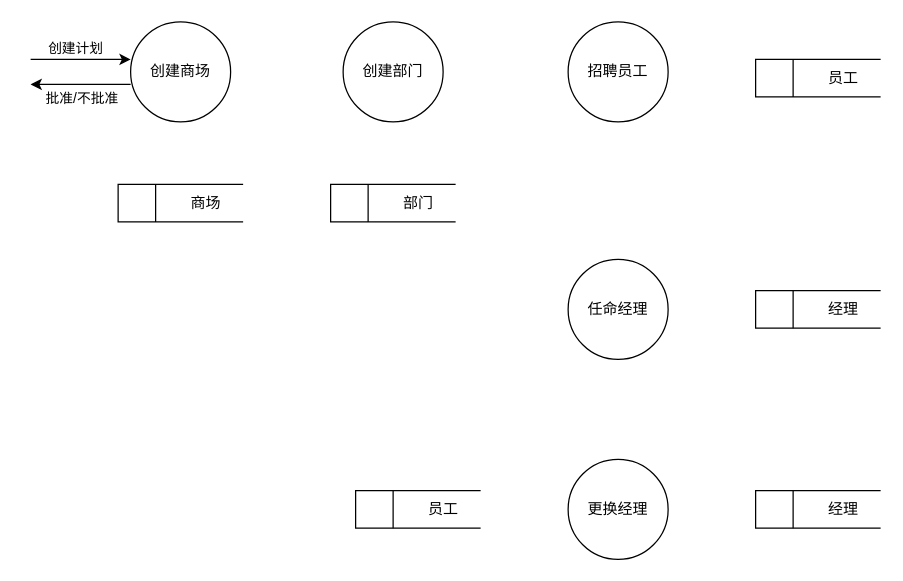
Above: shopping_data_flow.drawio in ArronVague/Database-Systems-Laboratory (draw.io), before the change. Source tidied: cells renumbered, new cells numbered last; positions are measured from the earlier drawing's top-left corner, leaving out a move shared by most shapes. Both pictures are drawn from the tidied source at 125%, with x=0, y=0 at pixel (30, 21).
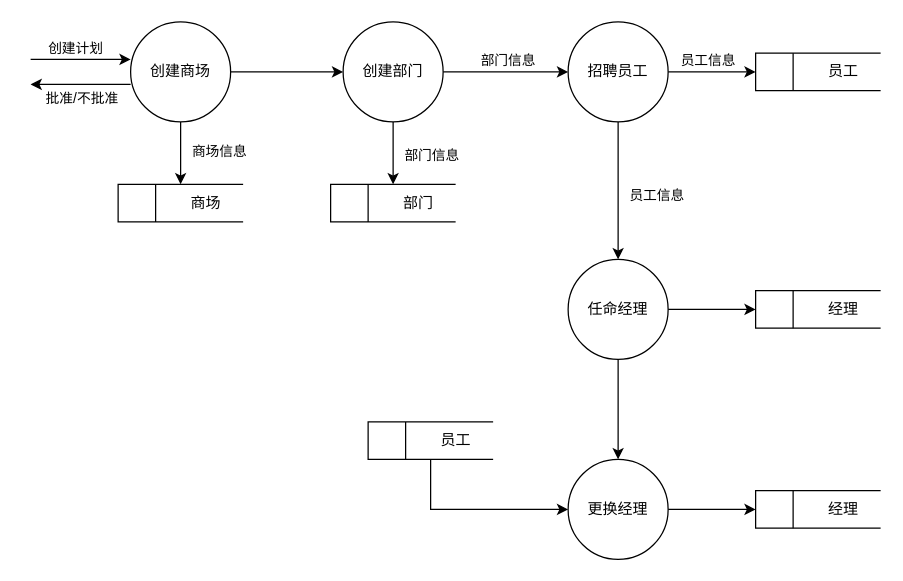
The same diagram, later.

The change refers to these unchanged cells:
```xml
<mxCell id="2" value="创建商场" style="ellipse;whiteSpace=wrap;html=1;" parent="1" vertex="1">
  <mxGeometry x="80" width="80" height="80" as="geometry" />
</mxCell>
<mxCell id="3" value="创建部门" style="ellipse;whiteSpace=wrap;html=1;" parent="1" vertex="1">
  <mxGeometry x="250" width="80" height="80" as="geometry" />
</mxCell>
<mxCell id="4" value="招聘员工" style="ellipse;whiteSpace=wrap;html=1;" parent="1" vertex="1">
  <mxGeometry x="430" width="80" height="80" as="geometry" />
</mxCell>
<mxCell id="5" value="任命经理" style="ellipse;whiteSpace=wrap;html=1;" parent="1" vertex="1">
  <mxGeometry x="430" y="190" width="80" height="80" as="geometry" />
</mxCell>
<mxCell id="6" value="更换经理" style="ellipse;whiteSpace=wrap;html=1;" parent="1" vertex="1">
  <mxGeometry x="430" y="350" width="80" height="80" as="geometry" />
</mxCell>
<mxCell id="7" value="&lt;span style=&quot;white-space: pre;&quot;&gt;&#9;&lt;/span&gt;&lt;span style=&quot;white-space: pre;&quot;&gt;&#9;&lt;/span&gt;商场" style="html=1;dashed=0;whiteSpace=wrap;shape=mxgraph.dfd.dataStoreID;align=left;spacingLeft=3;points=[[0,0],[0.5,0],[1,0],[0,0.5],[1,0.5],[0,1],[0.5,1],[1,1]];" parent="1" vertex="1">
  <mxGeometry x="70" y="130" width="100" height="30" as="geometry" />
</mxCell>
<mxCell id="8" value="&lt;span style=&quot;white-space: pre;&quot;&gt;&#9;&lt;/span&gt;&lt;span style=&quot;white-space: pre;&quot;&gt;&#9;&lt;/span&gt;部门" style="html=1;dashed=0;whiteSpace=wrap;shape=mxgraph.dfd.dataStoreID;align=left;spacingLeft=3;points=[[0,0],[0.5,0],[1,0],[0,0.5],[1,0.5],[0,1],[0.5,1],[1,1]];" parent="1" vertex="1">
  <mxGeometry x="240" y="130" width="100" height="30" as="geometry" />
</mxCell>
<mxCell id="10" value="&lt;span style=&quot;white-space: pre;&quot;&gt;&#9;&lt;/span&gt;&lt;span style=&quot;white-space: pre;&quot;&gt;&#9;&lt;/span&gt;经理" style="html=1;dashed=0;whiteSpace=wrap;shape=mxgraph.dfd.dataStoreID;align=left;spacingLeft=3;points=[[0,0],[0.5,0],[1,0],[0,0.5],[1,0.5],[0,1],[0.5,1],[1,1]];" parent="1" vertex="1">
  <mxGeometry x="580" y="215" width="100" height="30" as="geometry" />
</mxCell>
<mxCell id="11" value="&lt;span style=&quot;white-space: pre;&quot;&gt;&#9;&lt;/span&gt;&lt;span style=&quot;white-space: pre;&quot;&gt;&#9;&lt;/span&gt;经理" style="html=1;dashed=0;whiteSpace=wrap;shape=mxgraph.dfd.dataStoreID;align=left;spacingLeft=3;points=[[0,0],[0.5,0],[1,0],[0,0.5],[1,0.5],[0,1],[0.5,1],[1,1]];" parent="1" vertex="1">
  <mxGeometry x="580" y="375" width="100" height="30" as="geometry" />
</mxCell>
```

Diff of the diagram source:
```diff
@@
+    <mxCell id="17" style="edgeStyle=orthogonalEdgeStyle;rounded=0;jettySize=auto;html=1;exitX=1;exitY=0.5;exitDx=0;exitDy=0;entryX=0;entryY=0.5;entryDx=0;entryDy=0;" parent="1" edge="1" source="2" target="3">
+      <mxGeometry relative="1" as="geometry" />
+    </mxCell>
+    <mxCell id="18" style="edgeStyle=orthogonalEdgeStyle;rounded=0;jettySize=auto;html=1;exitX=0.5;exitY=1;exitDx=0;exitDy=0;entryX=0.5;entryY=0;entryDx=0;entryDy=0;" parent="1" edge="1" source="2" target="7">
+      <mxGeometry relative="1" as="geometry" />
+    </mxCell>
+    <mxCell id="19" value="商场信息" style="edgeLabel;html=1;align=center;verticalAlign=middle;" parent="18" vertex="1">
+      <mxGeometry x="-0.08" y="-2" relative="1" as="geometry">
+        <mxPoint x="32" as="offset" />
+      </mxGeometry>
+    </mxCell>
@@
+    <mxCell id="20" style="edgeStyle=orthogonalEdgeStyle;rounded=0;jettySize=auto;html=1;exitX=0.5;exitY=1;exitDx=0;exitDy=0;entryX=0.5;entryY=0;entryDx=0;entryDy=0;" parent="1" edge="1" source="3" target="8">
+      <mxGeometry relative="1" as="geometry" />
+    </mxCell>
+    <mxCell id="21" value="部门信息" style="edgeLabel;html=1;align=center;verticalAlign=middle;" parent="20" vertex="1">
+      <mxGeometry x="0.05" y="-2" relative="1" as="geometry">
+        <mxPoint x="32" as="offset" />
+      </mxGeometry>
+    </mxCell>
+    <mxCell id="22" style="edgeStyle=orthogonalEdgeStyle;rounded=0;jettySize=auto;html=1;exitX=1;exitY=0.5;exitDx=0;exitDy=0;entryX=0;entryY=0.5;entryDx=0;entryDy=0;" parent="1" edge="1" source="3" target="4">
+      <mxGeometry relative="1" as="geometry" />
+    </mxCell>
+    <mxCell id="23" value="部门信息" style="edgeLabel;html=1;align=center;verticalAlign=middle;" parent="22" vertex="1">
+      <mxGeometry x="0.02" y="-1" relative="1" as="geometry">
+        <mxPoint y="-11" as="offset" />
+      </mxGeometry>
+    </mxCell>
@@
+    <mxCell id="24" style="edgeStyle=orthogonalEdgeStyle;rounded=0;jettySize=auto;html=1;exitX=1;exitY=0.5;exitDx=0;exitDy=0;entryX=0;entryY=0.5;entryDx=0;entryDy=0;" parent="1" edge="1" source="4" target="9">
+      <mxGeometry relative="1" as="geometry" />
+    </mxCell>
+    <mxCell id="25" value="员工信息" style="edgeLabel;html=1;align=center;verticalAlign=middle;" parent="24" vertex="1">
+      <mxGeometry x="-0.35" y="-1" relative="1" as="geometry">
+        <mxPoint x="8" y="-11" as="offset" />
+      </mxGeometry>
+    </mxCell>
+    <mxCell id="26" style="edgeStyle=orthogonalEdgeStyle;rounded=0;jettySize=auto;html=1;exitX=0.5;exitY=1;exitDx=0;exitDy=0;" parent="1" edge="1" source="4" target="5">
+      <mxGeometry relative="1" as="geometry" />
+    </mxCell>
+    <mxCell id="27" value="员工信息" style="edgeLabel;html=1;align=center;verticalAlign=middle;" parent="26" vertex="1">
+      <mxGeometry x="0.05" y="-2" relative="1" as="geometry">
+        <mxPoint x="32" as="offset" />
+      </mxGeometry>
+    </mxCell>
@@
+    <mxCell id="28" style="edgeStyle=orthogonalEdgeStyle;rounded=0;jettySize=auto;html=1;exitX=1;exitY=0.5;exitDx=0;exitDy=0;entryX=0;entryY=0.5;entryDx=0;entryDy=0;" parent="1" edge="1" source="5" target="10">
+      <mxGeometry relative="1" as="geometry" />
+    </mxCell>
+    <mxCell id="29" style="edgeStyle=orthogonalEdgeStyle;rounded=0;jettySize=auto;html=1;exitX=0.5;exitY=1;exitDx=0;exitDy=0;entryX=0.5;entryY=0;entryDx=0;entryDy=0;" parent="1" edge="1" source="5" target="6">
+      <mxGeometry relative="1" as="geometry" />
+    </mxCell>
@@
+    <mxCell id="30" style="edgeStyle=orthogonalEdgeStyle;rounded=0;jettySize=auto;html=1;exitX=1;exitY=0.5;exitDx=0;exitDy=0;entryX=0;entryY=0.5;entryDx=0;entryDy=0;" parent="1" edge="1" source="6" target="11">
+      <mxGeometry relative="1" as="geometry" />
+    </mxCell>
@@
     <mxCell id="9" value="&lt;span style=&quot;white-space: pre;&quot;&gt;&#9;&lt;/span&gt;&lt;span style=&quot;white-space: pre;&quot;&gt;&#9;&lt;/span&gt;员工" style="html=1;dashed=0;whiteSpace=wrap;shape=mxgraph.dfd.dataStoreID;align=left;spacingLeft=3;points=[[0,0],[0.5,0],[1,0],[0,0.5],[1,0.5],[0,1],[0.5,1],[1,1]];" parent="1" vertex="1">
-      <mxGeometry x="580" y="30" width="100" height="30" as="geometry" />
+      <mxGeometry x="580" y="25" width="100" height="30" as="geometry" />
     </mxCell>
@@
+    <mxCell id="31" style="edgeStyle=orthogonalEdgeStyle;rounded=0;jettySize=auto;html=1;exitX=0.5;exitY=1;exitDx=0;exitDy=0;entryX=0;entryY=0.5;entryDx=0;entryDy=0;" parent="1" edge="1" source="12" target="6">
+      <mxGeometry relative="1" as="geometry" />
+    </mxCell>
     <mxCell id="12" value="&lt;span style=&quot;white-space: pre;&quot;&gt;&#9;&lt;/span&gt;&lt;span style=&quot;white-space: pre;&quot;&gt;&#9;&lt;/span&gt;员工" style="html=1;dashed=0;whiteSpace=wrap;shape=mxgraph.dfd.dataStoreID;align=left;spacingLeft=3;points=[[0,0],[0.5,0],[1,0],[0,0.5],[1,0.5],[0,1],[0.5,1],[1,1]];" parent="1" vertex="1">
-      <mxGeometry x="260" y="375" width="100" height="30" as="geometry" />
+      <mxGeometry x="270" y="320" width="100" height="30" as="geometry" />
     </mxCell>
```
